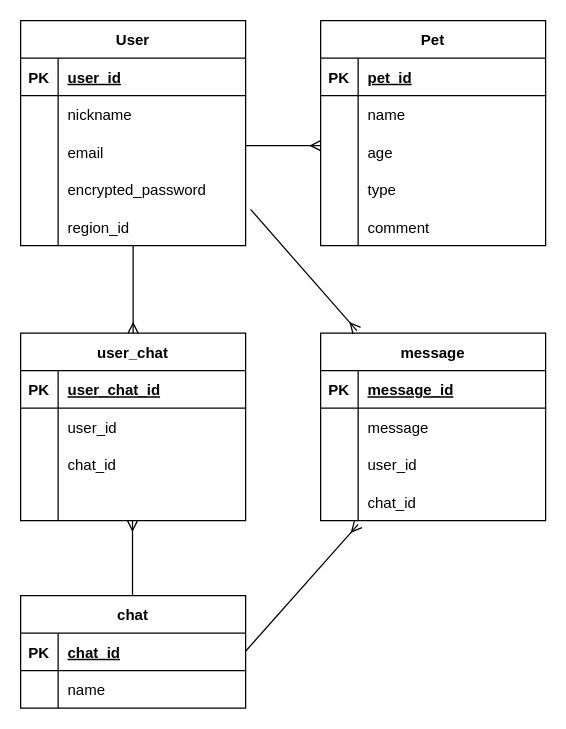
Earlier version of the draw.io diagram ER.dio (n-ira-if/Bindung-der-Tiere). Source tidied: cells renumbered, new cells numbered last; positions are measured from the earlier drawing's top-left corner, leaving out a move shared by most shapes. Both pictures are drawn from the tidied source at 125%, with x=0, y=0 at pixel (20, 20).
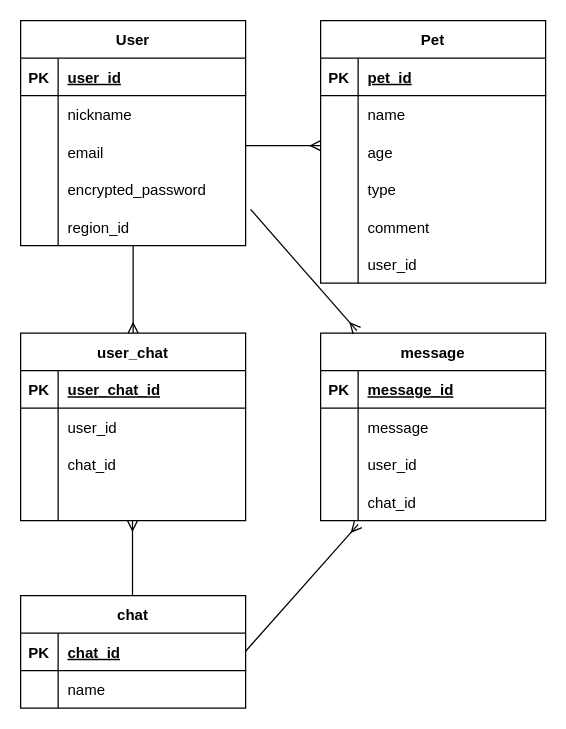
Above is the later version.

Change to the diagram source:
```diff
@@
     <mxCell id="18" value="Pet" style="shape=table;startSize=30;childLayout=tableLayout;rowLines=0;fontStyle=1;align=center;" parent="1" vertex="1">
-      <mxGeometry x="240" width="180" height="180" as="geometry" />
+      <mxGeometry x="240" width="180" height="210" as="geometry" />
     </mxCell>
@@
+    <mxCell id="72" style="shape=tableRow;horizontal=0;startSize=0;swimlaneHead=0;swimlaneBody=0;fillColor=none;top=0;left=0;right=0;bottom=0;" parent="18" vertex="1">
+      <mxGeometry y="180" width="180" height="30" as="geometry" />
+    </mxCell>
+    <mxCell id="73" style="shape=partialRectangle;fillColor=none;top=0;left=0;bottom=0;right=0;overflow=hidden;" parent="72" vertex="1">
+      <mxGeometry width="30" height="30" as="geometry" />
+    </mxCell>
+    <mxCell id="74" value="user_id" style="shape=partialRectangle;fillColor=none;top=0;left=0;bottom=0;right=0;align=left;spacingLeft=6;overflow=hidden;" parent="72" vertex="1">
+      <mxGeometry x="30" width="150" height="30" as="geometry" />
+    </mxCell>
```
